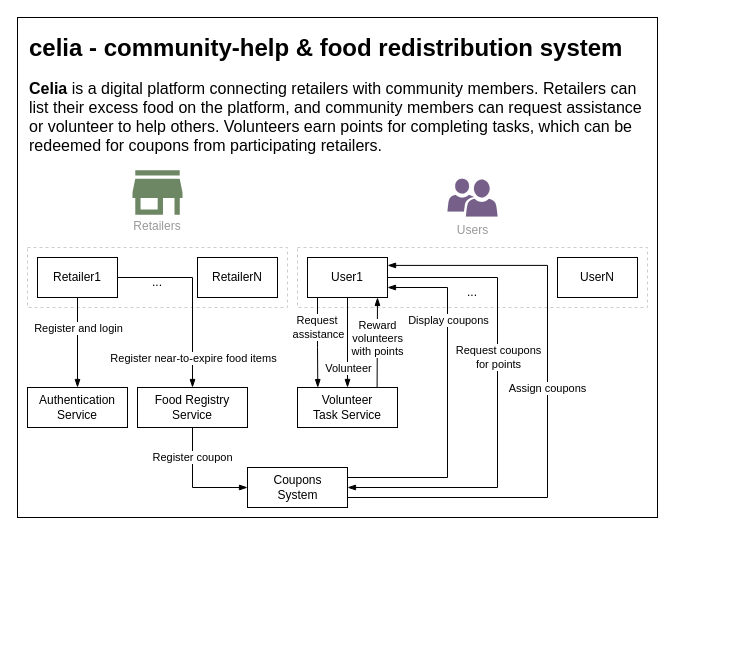
Above: page "Page-2" (2 of 2) of Untitled Diagram.drawio in HarshvardhanThosar/msc-project-resources (draw.io), before the change. Source tidied: cells renumbered, new cells numbered last; positions are measured from the earlier drawing's top-left corner, leaving out a move shared by most shapes. Both pictures are drawn from the tidied source at 100%, with x=0, y=0 at pixel (17, 17).
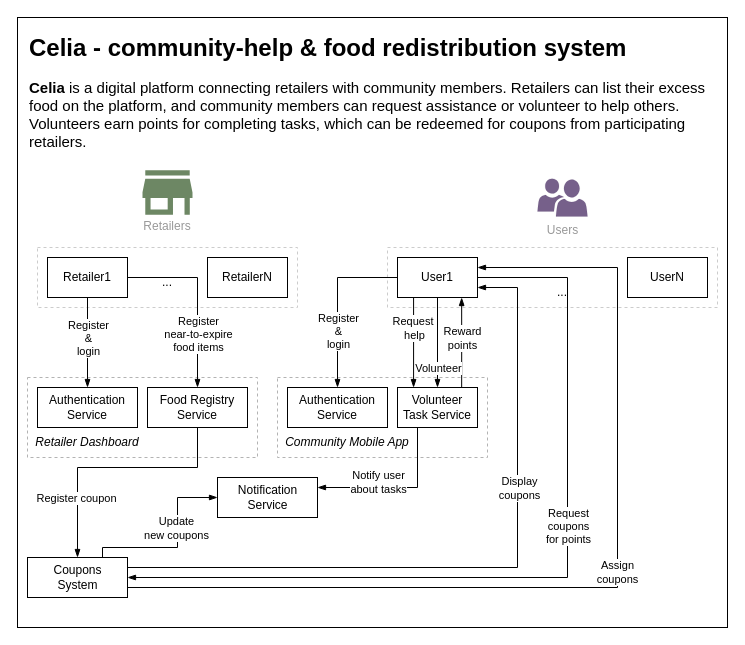
Above is the later version.

The change refers to these unchanged cells:
```xml
<mxCell id="11" style="edgeStyle=orthogonalEdgeStyle;rounded=0;jettySize=auto;html=1;exitX=1;exitY=0.5;exitDx=0;exitDy=0;entryX=0.5;entryY=0;entryDx=0;entryDy=0;endArrow=blockThin;endFill=1;" parent="1" edge="1" source="15" target="6">
  <mxGeometry relative="1" as="geometry" />
</mxCell>
<mxCell id="15" style="group;" parent="1" vertex="1">
  <mxGeometry x="20" y="240" width="80" height="40" as="geometry" />
</mxCell>
```

Change to the diagram source:
```diff
@@
     <mxCell id="2" style="rounded=0;whiteSpace=wrap;html=1;" parent="1" vertex="1">
-      <mxGeometry width="640" height="500" as="geometry" />
+      <mxGeometry width="710" height="610" as="geometry" />
     </mxCell>
+    <mxCell id="47" style="rounded=0;whiteSpace=wrap;html=1;dashed=1;strokeColor=#B3B3B3;" parent="1" vertex="1">
+      <mxGeometry x="260" y="360" width="210" height="80" as="geometry" />
+    </mxCell>
+    <mxCell id="48" value="&lt;i&gt;Community Mobile App&lt;/i&gt;" style="text;html=1;align=center;verticalAlign=middle;whiteSpace=wrap;rounded=0;" parent="1" vertex="1">
+      <mxGeometry x="260" y="410" width="140" height="30" as="geometry" />
+    </mxCell>
+    <mxCell id="49" style="rounded=0;whiteSpace=wrap;html=1;dashed=1;strokeColor=#B3B3B3;" parent="1" vertex="1">
+      <mxGeometry x="10" y="360" width="230" height="80" as="geometry" />
+    </mxCell>
-    <mxCell id="3" value="&lt;h1 style=&quot;margin-top: 0px;&quot;&gt;celia - community-help &amp;amp; food redistribution system&lt;/h1&gt;&lt;h2 style=&quot;font-size: 16px;&quot;&gt;Celia&lt;span style=&quot;font-weight: normal;&quot;&gt;&amp;nbsp;is a digital platform connecting retailers with community members. Retailers can list their excess food on the platform, and community members can request assistance or volunteer to help others. Volunteers earn points for completing tasks, which can be redeemed for coupons from participating retailers.&lt;/span&gt;&lt;/h2&gt;" style="text;html=1;whiteSpace=wrap;overflow=hidden;rounded=0;" parent="1" vertex="1">
-      <mxGeometry x="10" y="10" width="620" height="130" as="geometry" />
+    <mxCell id="3" value="&lt;h1 style=&quot;margin-top: 0px;&quot;&gt;Celia - community-help &amp;amp; food redistribution system&lt;/h1&gt;&lt;h2 style=&quot;font-size: 15px;&quot;&gt;Celia&lt;span style=&quot;font-weight: normal;&quot;&gt;&amp;nbsp;is a digital platform connecting retailers with community members. Retailers can list their excess food on the platform, and community members can request assistance or volunteer to help others. Volunteers earn points for completing tasks, which can be redeemed for coupons from participating retailers.&lt;/span&gt;&lt;/h2&gt;" style="text;html=1;whiteSpace=wrap;overflow=hidden;rounded=0;" parent="1" vertex="1">
+      <mxGeometry x="10" y="10" width="690" height="130" as="geometry" />
     </mxCell>
-    <mxCell id="4" style="edgeStyle=orthogonalEdgeStyle;rounded=0;jettySize=auto;html=1;exitX=0.5;exitY=1;exitDx=0;exitDy=0;entryX=0;entryY=0.5;entryDx=0;entryDy=0;endArrow=blockThin;endFill=1;" parent="1" edge="1" source="6" target="42">
-      <mxGeometry relative="1" as="geometry" />
+    <mxCell id="4" style="edgeStyle=orthogonalEdgeStyle;rounded=0;jettySize=auto;html=1;exitX=0.5;exitY=1;exitDx=0;exitDy=0;entryX=0.5;entryY=0;entryDx=0;entryDy=0;endArrow=blockThin;endFill=1;" parent="1" edge="1" source="6" target="42">
+      <mxGeometry relative="1" as="geometry">
+        <Array as="points">
+          <mxPoint x="180" y="450" />
+          <mxPoint x="60" y="450" />
+        </Array>
+      </mxGeometry>
     </mxCell>
     <mxCell id="5" value="Register coupon" style="edgeLabel;html=1;align=center;verticalAlign=middle;" parent="4" vertex="1">
-      <mxGeometry x="-0.49" y="-1" relative="1" as="geometry" />
+      <mxGeometry x="-0.49" y="-1" relative="1" as="geometry">
+        <mxPoint x="-98" y="31" as="offset" />
+      </mxGeometry>
     </mxCell>
     <mxCell id="6" style="rounded=0;whiteSpace=wrap;html=1;" parent="1" vertex="1">
-      <mxGeometry x="120" y="370" width="110" height="40" as="geometry" />
+      <mxGeometry x="130" y="370" width="100" height="40" as="geometry" />
     </mxCell>
     <mxCell id="7" value="Food Registry Service" style="text;html=1;align=center;verticalAlign=middle;whiteSpace=wrap;rounded=0;" parent="1" vertex="1">
-      <mxGeometry x="130" y="375" width="90" height="30" as="geometry" />
+      <mxGeometry x="135" y="375" width="90" height="30" as="geometry" />
     </mxCell>
     <mxCell id="8" style="rounded=0;whiteSpace=wrap;html=1;" parent="1" vertex="1">
-      <mxGeometry x="10" y="370" width="100" height="40" as="geometry" />
+      <mxGeometry x="20" y="370" width="100" height="40" as="geometry" />
     </mxCell>
     <mxCell id="9" value="Authentication&lt;div&gt;Service&lt;/div&gt;" style="text;html=1;align=center;verticalAlign=middle;whiteSpace=wrap;rounded=0;" parent="1" vertex="1">
-      <mxGeometry x="30" y="375" width="60" height="30" as="geometry" />
+      <mxGeometry x="40" y="375" width="60" height="30" as="geometry" />
     </mxCell>
     <mxCell id="10" style="rounded=0;whiteSpace=wrap;html=1;dashed=1;strokeColor=#CCCCCC;" parent="1" vertex="1">
-      <mxGeometry x="10" y="230" width="260" height="60" as="geometry" />
+      <mxGeometry x="20" y="230" width="260" height="60" as="geometry" />
     </mxCell>
@@
-    <mxCell id="12" value="Register near-to-expire food items" style="edgeLabel;html=1;align=center;verticalAlign=middle;" parent="11" vertex="1">
+    <mxCell id="12" value="Register&lt;div&gt;near-to-expire&lt;/div&gt;&lt;div&gt;food items&lt;/div&gt;" style="edgeLabel;html=1;align=center;verticalAlign=middle;" parent="11" vertex="1">
       <mxGeometry x="0.38" y="-2" relative="1" as="geometry">
-        <mxPoint x="2" y="27" as="offset" />
+        <mxPoint x="2" y="5" as="offset" />
       </mxGeometry>
     </mxCell>
-    <mxCell id="13" style="edgeStyle=orthogonalEdgeStyle;rounded=0;jettySize=auto;html=1;exitX=0.5;exitY=1;exitDx=0;exitDy=0;entryX=0.5;entryY=0;entryDx=0;entryDy=0;endArrow=blockThin;endFill=1;" parent="1" edge="1" source="15" target="8">
+    <mxCell id="13" style="edgeStyle=orthogonalEdgeStyle;rounded=0;jettySize=auto;html=1;exitX=0.5;exitY=1;exitDx=0;exitDy=0;entryX=0.5;entryY=0;entryDx=0;entryDy=0;endArrow=blockThin;endFill=1;" parent="1" edge="1" source="16" target="8">
       <mxGeometry relative="1" as="geometry" />
     </mxCell>
-    <mxCell id="14" value="Register and login" style="edgeLabel;html=1;align=center;verticalAlign=middle;" parent="13" vertex="1">
+    <mxCell id="14" value="Register&lt;div&gt;&amp;amp;&lt;/div&gt;&lt;div&gt;login&lt;/div&gt;" style="edgeLabel;html=1;align=center;verticalAlign=middle;" parent="13" vertex="1">
       <mxGeometry x="0.09" relative="1" as="geometry">
-        <mxPoint y="-19" as="offset" />
+        <mxPoint y="-9" as="offset" />
       </mxGeometry>
     </mxCell>
@@
     <mxCell id="16" style="rounded=0;whiteSpace=wrap;html=1;" parent="15" vertex="1">
-      <mxGeometry width="80" height="40" as="geometry" />
+      <mxGeometry x="10" width="80" height="40" as="geometry" />
     </mxCell>
     <mxCell id="17" value="Retailer1" style="text;html=1;align=center;verticalAlign=middle;whiteSpace=wrap;rounded=0;" parent="15" vertex="1">
-      <mxGeometry x="10" y="5" width="60" height="30" as="geometry" />
+      <mxGeometry x="20" y="5" width="60" height="30" as="geometry" />
     </mxCell>
     <mxCell id="18" style="group;" parent="1" vertex="1">
-      <mxGeometry x="180" y="240" width="80" height="40" as="geometry" />
+      <mxGeometry x="190" y="240" width="80" height="40" as="geometry" />
     </mxCell>
@@
     <mxCell id="21" value="..." style="text;html=1;align=center;verticalAlign=middle;whiteSpace=wrap;rounded=0;" parent="1" vertex="1">
-      <mxGeometry x="110" y="250" width="60" height="30" as="geometry" />
+      <mxGeometry x="120" y="250" width="60" height="30" as="geometry" />
     </mxCell>
     <mxCell id="22" value="Retailers" style="strokeColor=none;shadow=1;strokeWidth=1;rounded=0;absoluteArcSize=1;arcSize=70;labelPosition=center;verticalLabelPosition=middle;align=center;verticalAlign=bottom;spacingLeft=0;fontColor=#999999;fontSize=12;whiteSpace=wrap;spacingBottom=2;html=1;glass=0;fillStyle=auto;gradientColor=none;fillColor=none;shadowColor=none;" parent="1" vertex="1">
-      <mxGeometry x="110" y="140" width="60" height="80" as="geometry" />
+      <mxGeometry x="120" y="140" width="60" height="80" as="geometry" />
     </mxCell>
@@
     <mxCell id="24" value="&lt;span style=&quot;caret-color: rgb(153, 153, 153); color: rgb(153, 153, 153); white-space: normal;&quot;&gt;Users&lt;/span&gt;" style="sketch=0;shadow=0;dashed=0;html=1;strokeColor=#432D57;labelPosition=center;verticalLabelPosition=bottom;verticalAlign=top;align=center;fillColor=#76608a;shape=mxgraph.mscae.intune.user_group;strokeWidth=0;fontColor=#ffffff;" parent="1" vertex="1">
-      <mxGeometry x="430" y="161" width="50" height="38" as="geometry" />
+      <mxGeometry x="520" y="161" width="50" height="38" as="geometry" />
     </mxCell>
     <mxCell id="25" style="rounded=0;whiteSpace=wrap;html=1;dashed=1;strokeColor=#CCCCCC;" parent="1" vertex="1">
-      <mxGeometry x="280" y="230" width="350" height="60" as="geometry" />
+      <mxGeometry x="370" y="230" width="330" height="60" as="geometry" />
     </mxCell>
-    <mxCell id="26" style="edgeStyle=orthogonalEdgeStyle;rounded=0;jettySize=auto;html=1;exitX=0.125;exitY=0.998;exitDx=0;exitDy=0;entryX=0.203;entryY=0.002;entryDx=0;entryDy=0;startArrow=none;startFill=0;endArrow=blockThin;endFill=1;exitPerimeter=0;entryPerimeter=0;" parent="1" edge="1" source="30" target="38">
-      <mxGeometry relative="1" as="geometry">
-        <Array as="points">
-          <mxPoint x="300" y="330" />
-          <mxPoint x="300" y="330" />
-        </Array>
-      </mxGeometry>
+    <mxCell id="26" style="edgeStyle=orthogonalEdgeStyle;rounded=0;jettySize=auto;html=1;exitX=0.201;exitY=1.001;exitDx=0;exitDy=0;entryX=0.201;entryY=0.001;entryDx=0;entryDy=0;startArrow=none;startFill=0;endArrow=blockThin;endFill=1;exitPerimeter=0;entryPerimeter=0;" parent="1" edge="1" source="30" target="38">
+      <mxGeometry relative="1" as="geometry" />
     </mxCell>
-    <mxCell id="27" value="Request&amp;nbsp;&lt;div&gt;assistance&lt;/div&gt;" style="edgeLabel;html=1;align=center;verticalAlign=middle;" parent="26" vertex="1">
+    <mxCell id="27" value="Request&amp;nbsp;&lt;div&gt;help&lt;/div&gt;" style="edgeLabel;html=1;align=center;verticalAlign=middle;" parent="26" vertex="1">
       <mxGeometry x="-0.09" y="-3" relative="1" as="geometry">
         <mxPoint x="3" y="-11" as="offset" />
       </mxGeometry>
     </mxCell>
-    <mxCell id="28" style="edgeStyle=orthogonalEdgeStyle;rounded=0;jettySize=auto;html=1;exitX=1.001;exitY=0.198;exitDx=0;exitDy=0;entryX=0.997;entryY=0.833;entryDx=0;entryDy=0;startArrow=blockThin;startFill=1;endArrow=none;endFill=0;exitPerimeter=0;entryPerimeter=0;" parent="1" edge="1" source="30" target="42">
+    <mxCell id="28" style="edgeStyle=orthogonalEdgeStyle;rounded=0;jettySize=auto;html=1;exitX=1;exitY=0.25;exitDx=0;exitDy=0;entryX=1;entryY=0.75;entryDx=0;entryDy=0;startArrow=blockThin;startFill=1;endArrow=none;endFill=0;" parent="1" edge="1" source="30" target="42">
       <mxGeometry relative="1" as="geometry">
         <Array as="points">
-          <mxPoint x="530" y="248" />
-          <mxPoint x="530" y="480" />
-          <mxPoint x="330" y="480" />
+          <mxPoint x="600" y="250" />
+          <mxPoint x="600" y="570" />
         </Array>
       </mxGeometry>
     </mxCell>
-    <mxCell id="29" value="Assign coupons" style="edgeLabel;html=1;align=center;verticalAlign=middle;" parent="28" vertex="1">
+    <mxCell id="29" value="Assign&lt;div&gt;coupons&lt;/div&gt;" style="edgeLabel;html=1;align=center;verticalAlign=middle;" parent="28" vertex="1">
       <mxGeometry x="-0.09" y="-1" relative="1" as="geometry">
         <mxPoint y="12" as="offset" />
       </mxGeometry>
     </mxCell>
+    <mxCell id="50" style="edgeStyle=orthogonalEdgeStyle;rounded=0;jettySize=auto;html=1;exitX=0;exitY=0.5;exitDx=0;exitDy=0;entryX=0.5;entryY=0;entryDx=0;entryDy=0;endArrow=blockThin;endFill=1;" parent="1" edge="1" source="30" target="56">
+      <mxGeometry relative="1" as="geometry" />
+    </mxCell>
+    <mxCell id="51" value="Register&lt;div&gt;&amp;amp;&lt;/div&gt;&lt;div&gt;login&lt;/div&gt;" style="edgeLabel;html=1;align=center;verticalAlign=middle;" parent="50" vertex="1">
+      <mxGeometry x="0.33" relative="1" as="geometry" />
+    </mxCell>
     <mxCell id="30" style="rounded=0;whiteSpace=wrap;html=1;" parent="1" vertex="1">
-      <mxGeometry x="290" y="240" width="80" height="40" as="geometry" />
+      <mxGeometry x="380" y="240" width="80" height="40" as="geometry" />
     </mxCell>
     <mxCell id="31" value="User1" style="text;html=1;align=center;verticalAlign=middle;whiteSpace=wrap;rounded=0;" parent="1" vertex="1">
-      <mxGeometry x="300" y="245" width="60" height="30" as="geometry" />
+      <mxGeometry x="390" y="245" width="60" height="30" as="geometry" />
     </mxCell>
     <mxCell id="32" style="rounded=0;whiteSpace=wrap;html=1;" parent="1" vertex="1">
-      <mxGeometry x="540" y="240" width="80" height="40" as="geometry" />
+      <mxGeometry x="610" y="240" width="80" height="40" as="geometry" />
     </mxCell>
     <mxCell id="33" value="UserN" style="text;html=1;align=center;verticalAlign=middle;whiteSpace=wrap;rounded=0;" parent="1" vertex="1">
-      <mxGeometry x="550" y="245" width="60" height="30" as="geometry" />
+      <mxGeometry x="620" y="245" width="60" height="30" as="geometry" />
     </mxCell>
-    <mxCell id="34" style="edgeStyle=orthogonalEdgeStyle;rounded=0;jettySize=auto;html=1;exitX=0.795;exitY=-0.002;exitDx=0;exitDy=0;endArrow=blockThin;endFill=1;exitPerimeter=0;" parent="1" edge="1" source="38">
+    <mxCell id="34" style="edgeStyle=orthogonalEdgeStyle;rounded=0;jettySize=auto;html=1;exitX=0.802;exitY=0.001;exitDx=0;exitDy=0;endArrow=blockThin;endFill=1;exitPerimeter=0;entryX=0.802;entryY=1.001;entryDx=0;entryDy=0;entryPerimeter=0;" parent="1" edge="1" source="38" target="30">
       <mxGeometry relative="1" as="geometry">
-        <mxPoint x="360" y="280" as="targetPoint" />
         <Array as="points">
-          <mxPoint x="360" y="390" />
-          <mxPoint x="360" y="390" />
+          <mxPoint x="444" y="330" />
+          <mxPoint x="444" y="330" />
         </Array>
       </mxGeometry>
     </mxCell>
-    <mxCell id="35" value="Reward&lt;div&gt;volunteers&lt;div&gt;with points&lt;/div&gt;&lt;/div&gt;" style="edgeLabel;html=1;align=center;verticalAlign=middle;" parent="34" vertex="1">
+    <mxCell id="35" value="Reward&lt;div&gt;points&lt;/div&gt;" style="edgeLabel;html=1;align=center;verticalAlign=middle;" parent="34" vertex="1">
       <mxGeometry x="-0.03" y="1" relative="1" as="geometry">
-        <mxPoint x="1" y="-27" as="offset" />
+        <mxPoint x="1" y="-6" as="offset" />
       </mxGeometry>
     </mxCell>
@@
+    <mxCell id="52" style="edgeStyle=orthogonalEdgeStyle;rounded=0;jettySize=auto;html=1;exitX=0.25;exitY=1;exitDx=0;exitDy=0;entryX=1;entryY=0.25;entryDx=0;entryDy=0;endArrow=blockThin;endFill=1;" parent="1" edge="1" source="38" target="59">
+      <mxGeometry relative="1" as="geometry" />
+    </mxCell>
+    <mxCell id="53" value="Notify user&lt;div&gt;about tasks&lt;/div&gt;" style="edgeLabel;html=1;align=center;verticalAlign=middle;" parent="52" vertex="1">
+      <mxGeometry x="-0.42" y="1" relative="1" as="geometry">
+        <mxPoint x="-41" y="8" as="offset" />
+      </mxGeometry>
+    </mxCell>
     <mxCell id="38" style="rounded=0;whiteSpace=wrap;html=1;" parent="1" vertex="1">
-      <mxGeometry x="280" y="370" width="100" height="40" as="geometry" />
+      <mxGeometry x="380" y="370" width="80" height="40" as="geometry" />
     </mxCell>
     <mxCell id="39" value="Volunteer Task Service" style="text;html=1;align=center;verticalAlign=middle;whiteSpace=wrap;rounded=0;" parent="1" vertex="1">
-      <mxGeometry x="290" y="375" width="80" height="30" as="geometry" />
+      <mxGeometry x="380" y="375" width="80" height="30" as="geometry" />
     </mxCell>
-    <mxCell id="40" style="edgeStyle=orthogonalEdgeStyle;rounded=0;jettySize=auto;html=1;exitX=1;exitY=0.25;exitDx=0;exitDy=0;endArrow=blockThin;endFill=1;" parent="1" edge="1" source="42">
+    <mxCell id="40" style="edgeStyle=orthogonalEdgeStyle;rounded=0;jettySize=auto;html=1;exitX=1;exitY=0.25;exitDx=0;exitDy=0;endArrow=blockThin;endFill=1;entryX=1;entryY=0.75;entryDx=0;entryDy=0;" parent="1" edge="1" source="42" target="30">
       <mxGeometry relative="1" as="geometry">
-        <mxPoint x="370" y="270" as="targetPoint" />
         <Array as="points">
-          <mxPoint x="430" y="460" />
-          <mxPoint x="430" y="270" />
+          <mxPoint x="500" y="550" />
+          <mxPoint x="500" y="270" />
         </Array>
       </mxGeometry>
     </mxCell>
-    <mxCell id="41" value="Display coupons" style="edgeLabel;html=1;align=center;verticalAlign=middle;" parent="40" vertex="1">
+    <mxCell id="41" value="Display&lt;div&gt;coupons&lt;/div&gt;" style="edgeLabel;html=1;align=center;verticalAlign=middle;" parent="40" vertex="1">
       <mxGeometry x="-0.18" y="-1" relative="1" as="geometry">
-        <mxPoint x="-1" y="-114" as="offset" />
+        <mxPoint x="100" y="-81" as="offset" />
       </mxGeometry>
     </mxCell>
+    <mxCell id="54" style="edgeStyle=orthogonalEdgeStyle;rounded=0;jettySize=auto;html=1;exitX=0.75;exitY=0;exitDx=0;exitDy=0;entryX=0;entryY=0.5;entryDx=0;entryDy=0;endArrow=blockThin;endFill=1;" parent="1" edge="1" source="42" target="59">
+      <mxGeometry relative="1" as="geometry">
+        <Array as="points">
+          <mxPoint x="85" y="530" />
+          <mxPoint x="160" y="530" />
+          <mxPoint x="160" y="480" />
+        </Array>
+      </mxGeometry>
+    </mxCell>
+    <mxCell id="55" value="&lt;div&gt;Update&lt;/div&gt;&lt;div&gt;new coupons&lt;/div&gt;" style="edgeLabel;html=1;align=center;verticalAlign=middle;" parent="54" vertex="1">
+      <mxGeometry x="-0.13" relative="1" as="geometry">
+        <mxPoint x="7" y="-20" as="offset" />
+      </mxGeometry>
+    </mxCell>
     <mxCell id="42" style="rounded=0;whiteSpace=wrap;html=1;" parent="1" vertex="1">
-      <mxGeometry x="230" y="450" width="100" height="40" as="geometry" />
+      <mxGeometry x="10" y="540" width="100" height="40" as="geometry" />
     </mxCell>
     <mxCell id="43" value="Coupons System" style="text;html=1;align=center;verticalAlign=middle;whiteSpace=wrap;rounded=0;" parent="1" vertex="1">
-      <mxGeometry x="242.5" y="455" width="75" height="30" as="geometry" />
+      <mxGeometry x="22.5" y="545" width="75" height="30" as="geometry" />
     </mxCell>
-    <mxCell id="44" style="edgeStyle=orthogonalEdgeStyle;rounded=0;orthogonalLoop=1;jettySize=auto;html=1;endArrow=blockThin;endFill=1;" parent="1" edge="1">
+    <mxCell id="44" style="edgeStyle=orthogonalEdgeStyle;rounded=0;jettySize=auto;html=1;endArrow=blockThin;endFill=1;exitX=1;exitY=0.5;exitDx=0;exitDy=0;entryX=1;entryY=0.5;entryDx=0;entryDy=0;" parent="1" edge="1" source="30" target="42">
       <mxGeometry relative="1" as="geometry">
-        <mxPoint x="370" y="260" as="sourcePoint" />
-        <mxPoint x="330" y="470" as="targetPoint" />
         <Array as="points">
-          <mxPoint x="480" y="260" />
-          <mxPoint x="480" y="470" />
+          <mxPoint x="550" y="260" />
+          <mxPoint x="550" y="560" />
         </Array>
       </mxGeometry>
     </mxCell>
-    <mxCell id="45" value="Request coupons&lt;div&gt;for points&lt;/div&gt;" style="edgeLabel;html=1;align=center;verticalAlign=middle;" parent="44" vertex="1">
+    <mxCell id="45" value="Request&lt;div&gt;coupons&lt;div&gt;for points&lt;/div&gt;&lt;/div&gt;" style="edgeLabel;html=1;align=center;verticalAlign=middle;" parent="44" vertex="1">
       <mxGeometry x="-0.12" relative="1" as="geometry">
-        <mxPoint y="-18" as="offset" />
+        <mxPoint y="-27" as="offset" />
       </mxGeometry>
     </mxCell>
     <mxCell id="46" value="..." style="text;html=1;align=center;verticalAlign=middle;whiteSpace=wrap;rounded=0;" parent="1" vertex="1">
-      <mxGeometry x="425" y="260" width="60" height="30" as="geometry" />
+      <mxGeometry x="515" y="260" width="60" height="30" as="geometry" />
     </mxCell>
+    <mxCell id="56" style="rounded=0;whiteSpace=wrap;html=1;" parent="1" vertex="1">
+      <mxGeometry x="270" y="370" width="100" height="40" as="geometry" />
+    </mxCell>
+    <mxCell id="57" value="Authentication&lt;div&gt;Service&lt;/div&gt;" style="text;html=1;align=center;verticalAlign=middle;whiteSpace=wrap;rounded=0;" parent="1" vertex="1">
+      <mxGeometry x="290" y="375" width="60" height="30" as="geometry" />
+    </mxCell>
+    <mxCell id="58" value="&lt;i&gt;Retailer Dashboard&lt;/i&gt;" style="text;html=1;align=center;verticalAlign=middle;whiteSpace=wrap;rounded=0;" parent="1" vertex="1">
+      <mxGeometry x="10" y="410" width="120" height="30" as="geometry" />
+    </mxCell>
+    <mxCell id="59" style="rounded=0;whiteSpace=wrap;html=1;" parent="1" vertex="1">
+      <mxGeometry x="200" y="460" width="100" height="40" as="geometry" />
+    </mxCell>
+    <mxCell id="60" value="Notification&lt;div&gt;Service&lt;/div&gt;" style="text;html=1;align=center;verticalAlign=middle;whiteSpace=wrap;rounded=0;" parent="1" vertex="1">
+      <mxGeometry x="212.5" y="465" width="75" height="30" as="geometry" />
+    </mxCell>
```
